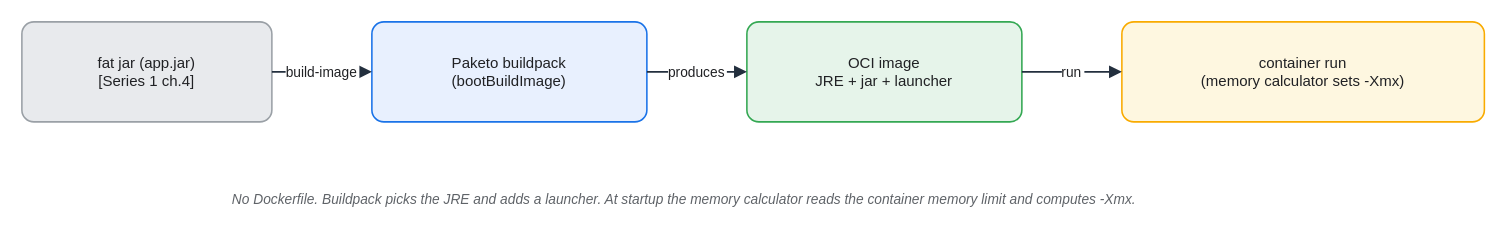
KKamJi98/kkamji98.github.io keeps this draw.io diagram as assets/img/jvm/jvm-05-fatjar-to-container.drawio. Above is the earlier version. Source tidied: cells renumbered, new cells numbered last; positions are measured from the earlier drawing's top-left corner, leaving out a move shared by most shapes. Both pictures are drawn from the tidied source at 125%, with x=0, y=0 at pixel (21, 21).
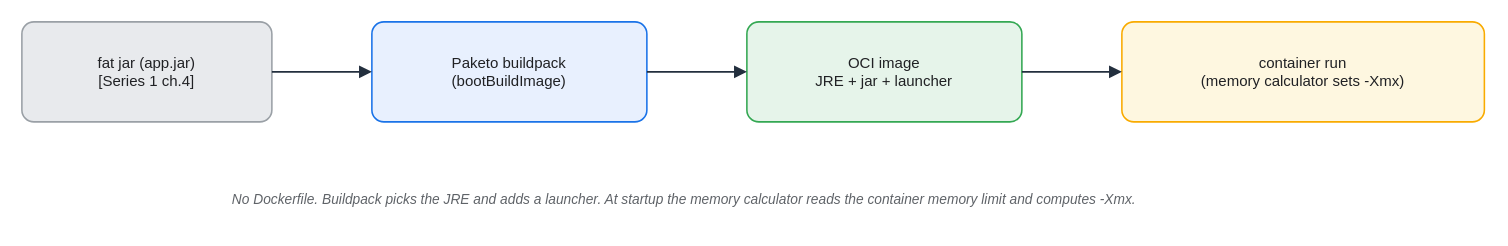
Above is the later version.

What changed in the source:
```diff
@@
 <mxGraphModel background="#FFFFFF">
   <root>
     <mxCell id="0" />
     <mxCell id="1" parent="0" />
     <mxCell id="2" value="fat jar (app.jar)&#10;[Series 1 ch.4]" style="rounded=1;whiteSpace=wrap;html=0;arcSize=12;shadow=0;fillColor=#E8EAED;strokeColor=#9AA0A6;fontColor=#202124;strokeWidth=1.25;" parent="1" vertex="1">
       <mxGeometry width="200" height="80" as="geometry" />
     </mxCell>
     <mxCell id="3" value="Paketo buildpack&#10;(bootBuildImage)" style="rounded=1;whiteSpace=wrap;html=0;arcSize=12;shadow=0;fillColor=#E8F0FE;strokeColor=#1A73E8;fontColor=#202124;strokeWidth=1.25;" parent="1" vertex="1">
       <mxGeometry x="280" width="220" height="80" as="geometry" />
     </mxCell>
     <mxCell id="4" value="OCI image&#10;JRE + jar + launcher" style="rounded=1;whiteSpace=wrap;html=0;arcSize=12;shadow=0;fillColor=#E6F4EA;strokeColor=#34A853;fontColor=#202124;strokeWidth=1.25;" parent="1" vertex="1">
       <mxGeometry x="580" width="220" height="80" as="geometry" />
     </mxCell>
     <mxCell id="5" value="container run&#10;(memory calculator sets -Xmx)" style="rounded=1;whiteSpace=wrap;html=0;arcSize=12;shadow=0;fillColor=#FEF7E0;strokeColor=#F9AB00;fontColor=#202124;strokeWidth=1.25;" parent="1" vertex="1">
       <mxGeometry x="880" width="290" height="80" as="geometry" />
     </mxCell>
     <mxCell id="6" value="No Dockerfile. Buildpack picks the JRE and adds a launcher. At startup the memory calculator reads the container memory limit and computes -Xmx." style="text;html=0;align=center;verticalAlign=middle;whiteSpace=wrap;fontSize=11;fontColor=#5F6368;fontStyle=2;" parent="1" vertex="1">
       <mxGeometry x="80" y="122" width="900" height="40" as="geometry" />
     </mxCell>
-    <mxCell id="7" value="build-image" style="edgeStyle=orthogonalEdgeStyle;rounded=1;html=0;fontColor=#202124;strokeColor=#232F3E;labelBackgroundColor=#FFFFFF;endArrow=block;exitX=1;exitY=0.5;exitDx=0;exitDy=0;entryX=0;entryY=0.5;entryDx=0;entryDy=0;strokeWidth=1.25;endSize=7;" parent="1" edge="1" source="2" target="3">
+    <mxCell id="7" style="edgeStyle=orthogonalEdgeStyle;rounded=1;html=0;fontColor=#202124;strokeColor=#232F3E;labelBackgroundColor=none;endArrow=block;exitX=1;exitY=0.5;exitDx=0;exitDy=0;entryX=0;entryY=0.5;entryDx=0;entryDy=0;strokeWidth=1.25;endSize=7;" parent="1" edge="1" source="2" target="3">
       <mxGeometry relative="1" as="geometry" />
     </mxCell>
-    <mxCell id="8" value="produces" style="edgeStyle=orthogonalEdgeStyle;rounded=1;html=0;fontColor=#202124;strokeColor=#232F3E;labelBackgroundColor=#FFFFFF;endArrow=block;exitX=1;exitY=0.5;exitDx=0;exitDy=0;entryX=0;entryY=0.5;entryDx=0;entryDy=0;strokeWidth=1.25;endSize=7;" parent="1" edge="1" source="3" target="4">
+    <mxCell id="8" style="edgeStyle=orthogonalEdgeStyle;rounded=1;html=0;fontColor=#202124;strokeColor=#232F3E;labelBackgroundColor=none;endArrow=block;exitX=1;exitY=0.5;exitDx=0;exitDy=0;entryX=0;entryY=0.5;entryDx=0;entryDy=0;strokeWidth=1.25;endSize=7;" parent="1" edge="1" source="3" target="4">
       <mxGeometry relative="1" as="geometry" />
     </mxCell>
-    <mxCell id="9" value="run" style="edgeStyle=orthogonalEdgeStyle;rounded=1;html=0;fontColor=#202124;strokeColor=#232F3E;labelBackgroundColor=#FFFFFF;endArrow=block;exitX=1;exitY=0.5;exitDx=0;exitDy=0;entryX=0;entryY=0.5;entryDx=0;entryDy=0;strokeWidth=1.25;endSize=7;" parent="1" edge="1" source="4" target="5">
+    <mxCell id="9" style="edgeStyle=orthogonalEdgeStyle;rounded=1;html=0;fontColor=#202124;strokeColor=#232F3E;labelBackgroundColor=none;endArrow=block;exitX=1;exitY=0.5;exitDx=0;exitDy=0;entryX=0;entryY=0.5;entryDx=0;entryDy=0;strokeWidth=1.25;endSize=7;" parent="1" edge="1" source="4" target="5">
       <mxGeometry relative="1" as="geometry" />
     </mxCell>
   </root>
 </mxGraphModel>
```
